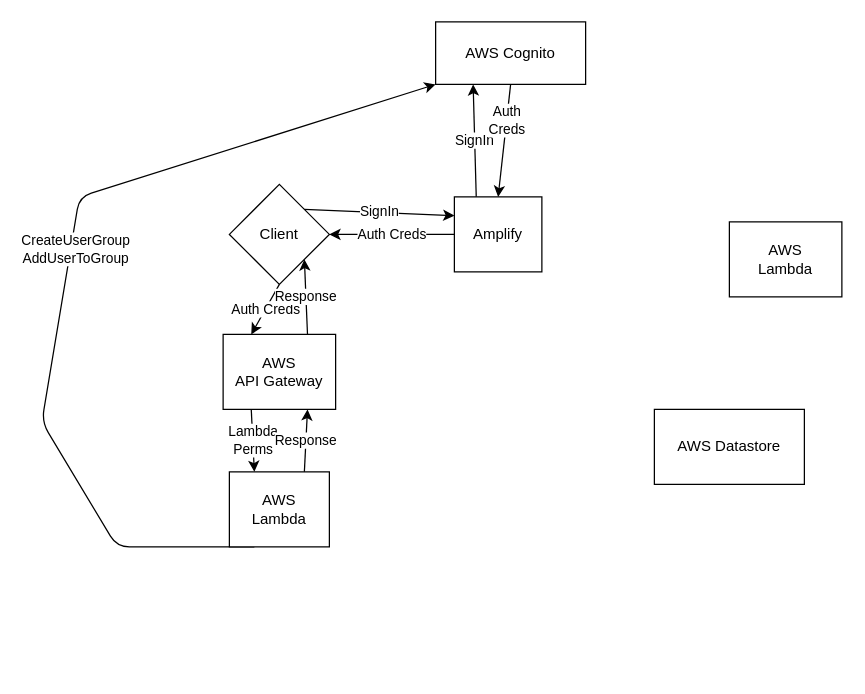
Before: documents/network.drawio in Dougu-Asa/Dougu, a draw.io diagram. Source tidied: cells renumbered, new cells numbered last; positions are measured from the earlier drawing's top-left corner, leaving out a move shared by most shapes. Both pictures are drawn from the tidied source at 125%, with x=0, y=0 at pixel (41, 21).
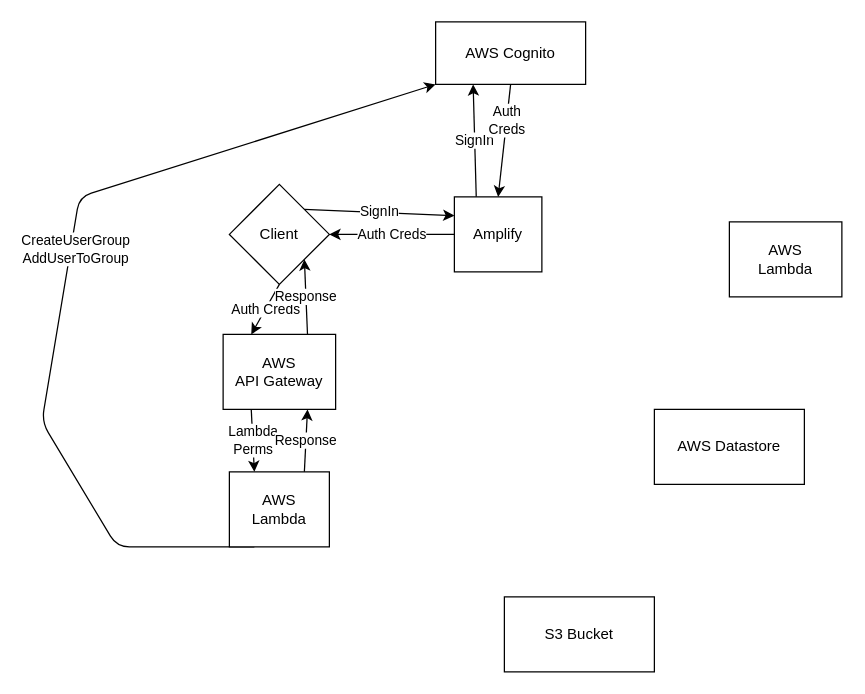
The same diagram, later.

Diff of the diagram source:
```diff
@@
+    <mxCell id="20" value="S3 Bucket" style="whiteSpace=wrap;html=1;" parent="1" vertex="1">
+      <mxGeometry x="370" y="460" width="120" height="60" as="geometry" />
+    </mxCell>
```
